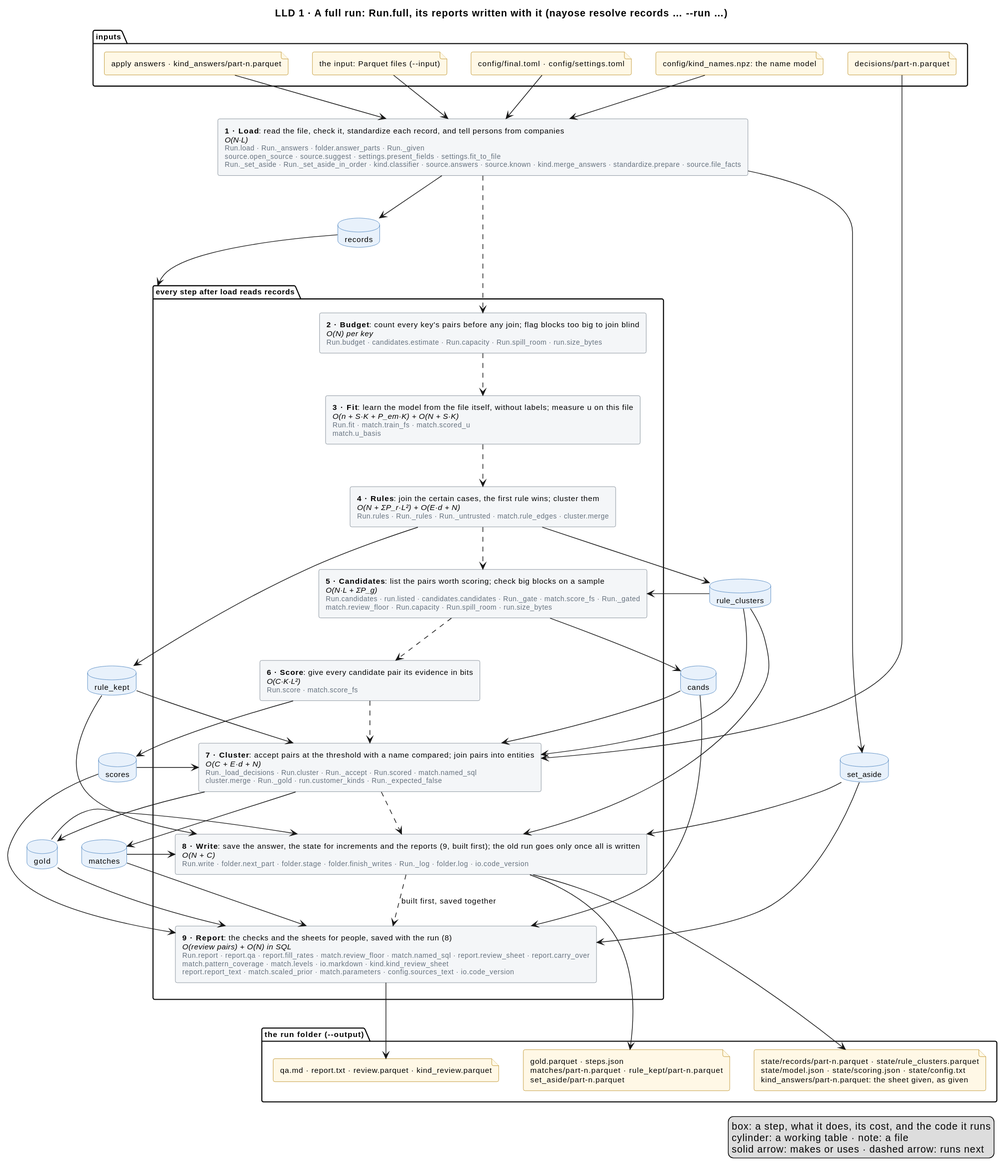
The PlantUML diagram docs/diagrams/full-run.svg in mvsbm/entity_matching, before a commit. The source it was exported from:
```plantuml
@startuml
title LLD 1 · A full run: Run.full, its reports written with it (nayose resolve records … ~--run …)
skinparam defaultFontSize 11
skinparam rectangle {
  BackgroundColor #F4F6F8
  BorderColor #65717E
}
skinparam database {
  BackgroundColor #E8F1FB
  BorderColor #2C6DB3
}
skinparam file {
  BackgroundColor #FFF8E6
  BorderColor #B07D00
}

package "inputs" {
  file "the input: Parquet files (~--input)" as f_input
  file "config/final.toml · config/settings.toml" as f_config
  file "config/kind_names.npz: the name model" as f_names
  file "apply answers · kind_answers/part-n.parquet" as f_answers
  file "decisions/part-n.parquet" as f_decisions
}


rectangle "<b>1 · Load</b>: read the file, check it, standardize each record, and tell persons from companies\n<i>O(N·L)</i>\n<size:10><color:#65717E>Run.load · Run._answers · folder.answer_parts · Run._given</color></size>\n<size:10><color:#65717E>source.open_source · source.suggest · settings.present_fields · settings.fit_to_file</color></size>\n<size:10><color:#65717E>Run._set_aside · Run._set_aside_in_order · kind.classifier · source.answers · source.known · kind.merge_answers · standardize.prepare · source.file_facts</color></size>" as load
package "every step after load reads records" as after_load {
  rectangle "<b>2 · Budget</b>: count every key's pairs before any join; flag blocks too big to join blind\n<i>O(N) per key</i>\n<size:10><color:#65717E>Run.budget · candidates.estimate · Run.capacity · Run.spill_room · run.size_bytes</color></size>" as budget
  rectangle "<b>3 · Fit</b>: learn the model from the file itself, without labels; measure u on this file\n<i>O(n + S·K + P_em·K) + O(N + S·K)</i>\n<size:10><color:#65717E>Run.fit · match.train_fs · match.scored_u</color></size>\n<size:10><color:#65717E>match.u_basis</color></size>" as fit
  rectangle "<b>4 · Rules</b>: join the certain cases, the first rule wins; cluster them\n<i>O(N + ΣP_r·L²) + O(E·d + N)</i>\n<size:10><color:#65717E>Run.rules · Run._rules · Run._untrusted · match.rule_edges · cluster.merge</color></size>" as rules
  rectangle "<b>5 · Candidates</b>: list the pairs worth scoring; check big blocks on a sample\n<i>O(N·L + ΣP_g)</i>\n<size:10><color:#65717E>Run.candidates · run.listed · candidates.candidates · Run._gate · match.score_fs · Run._gated</color></size>\n<size:10><color:#65717E>match.review_floor · Run.capacity · Run.spill_room · run.size_bytes</color></size>" as candidates
  rectangle "<b>6 · Score</b>: give every candidate pair its evidence in bits\n<i>O(C·K·L²)</i>\n<size:10><color:#65717E>Run.score · match.score_fs</color></size>" as score
  rectangle "<b>7 · Cluster</b>: accept pairs at the threshold with a name compared; join pairs into entities\n<i>O(C + E·d + N)</i>\n<size:10><color:#65717E>Run._load_decisions · Run.cluster · Run._accept · Run.scored · match.named_sql</color></size>\n<size:10><color:#65717E>cluster.merge · Run._gold · run.customer_kinds · Run._expected_false</color></size>" as cluster
  rectangle "<b>8 · Write</b>: save the answer, the state for increments and the reports (9, built first); the old run goes only once all is written\n<i>O(N + C)</i>\n<size:10><color:#65717E>Run.write · folder.next_part · folder.stage · folder.finish_writes · Run._log · folder.log · io.code_version</color></size>" as write
  rectangle "<b>9 · Report</b>: the checks and the sheets for people, saved with the run (8)\n<i>O(review pairs) + O(N) in SQL</i>\n<size:10><color:#65717E>Run.report · report.qa · report.fill_rates · match.review_floor · match.named_sql · report.review_sheet · report.carry_over</color></size>\n<size:10><color:#65717E>match.pattern_coverage · match.levels · io.markdown · kind.kind_review_sheet</color></size>\n<size:10><color:#65717E>report.report_text · match.scaled_prior · match.parameters · config.sources_text · io.code_version</color></size>" as report
}
database "records" as records
database "set_aside" as set_aside
database "rule_clusters" as rule_clusters
database "rule_kept" as rule_kept
database "cands" as cands
database "scores" as scores
database "matches" as matches
database "gold" as gold

package "the run folder (~--output)" {
  file "gold.parquet · steps.json\nmatches/part-n.parquet · rule_kept/part-n.parquet\nset_aside/part-n.parquet" as f_out
  file "state/records/part-n.parquet · state/rule_clusters.parquet\nstate/model.json · state/scoring.json · state/config.txt\nkind_answers/part-n.parquet: the sheet given, as given" as f_state
  file "qa.md · report.txt · review.parquet · kind_review.parquet" as f_people
}

f_input --> load
f_config --> load
f_names --> load
f_answers --> load
f_decisions --> cluster

load ..> budget
budget ..> fit
fit ..> rules
rules ..> candidates
candidates ..> score
score ..> cluster
cluster ..> write
write ..> report : built first, saved together

load --> records
load --> set_aside
records --> after_load
rules --> rule_clusters
rules --> rule_kept
rule_clusters --> candidates
rule_clusters --> cluster
rule_clusters --> write
rule_kept --> cluster
rule_kept --> write
candidates --> cands
cands --> cluster
cands --> report
score --> scores
scores --> cluster
scores --> report
cluster --> matches
cluster --> gold
matches --> write
matches --> report
gold --> write
gold --> report
set_aside --> write
set_aside --> report

write --> f_out
write --> f_state
report --> f_people
legend right
  box: a step, what it does, its cost, and the code it runs
  cylinder: a working table · note: a file
  solid arrow: makes or uses · dashed arrow: runs next
endlegend
@enduml
```
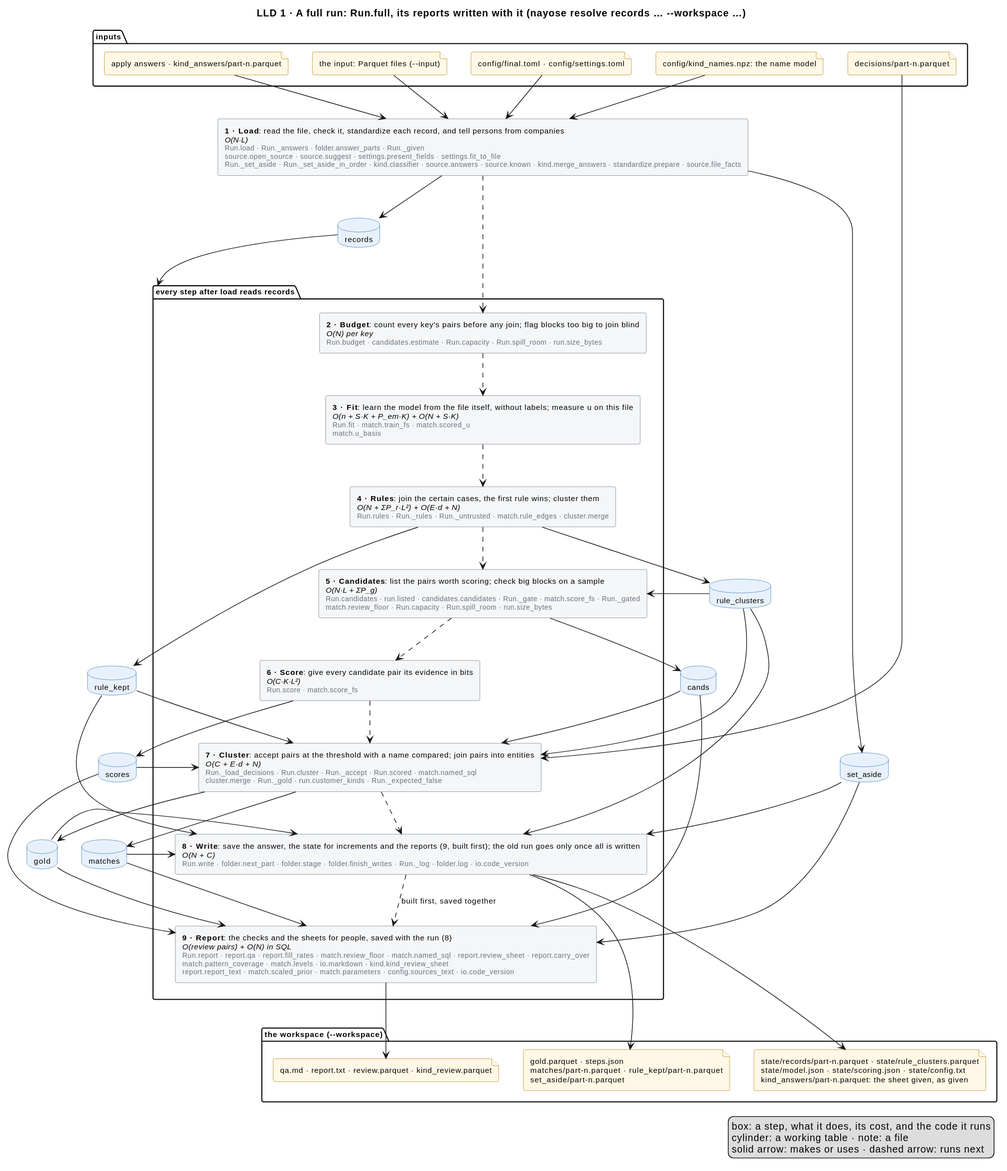
The same file after the commit.

The edit, as a diff of the source:
```diff
@@ -1,5 +1,5 @@
 @startuml
-title LLD 1 · A full run: Run.full, its reports written with it (nayose resolve records … ~--run …)
+title LLD 1 · A full run: Run.full, its reports written with it (nayose resolve records … ~--workspace …)
 skinparam defaultFontSize 11
 skinparam rectangle {
   BackgroundColor #F4F6F8
@@ -43,7 +43,7 @@
 database "matches" as matches
 database "gold" as gold
 
-package "the run folder (~--output)" {
+package "the workspace (~--workspace)" {
   file "gold.parquet · steps.json\nmatches/part-n.parquet · rule_kept/part-n.parquet\nset_aside/part-n.parquet" as f_out
   file "state/records/part-n.parquet · state/rule_clusters.parquet\nstate/model.json · state/scoring.json · state/config.txt\nkind_answers/part-n.parquet: the sheet given, as given" as f_state
   file "qa.md · report.txt · review.parquet · kind_review.parquet" as f_people
```
